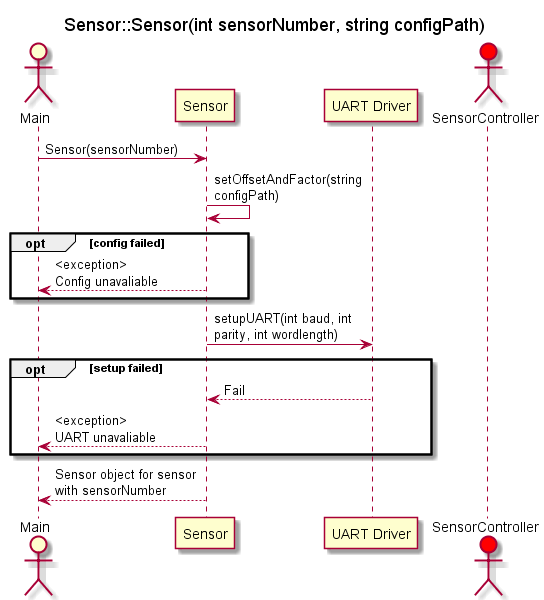
Solvgraa-mager/E4PRJ4 keeps this PlantUML diagram as Design/SE/SensorController Driver/SD_Constructor/SD_SensorControllerDriverConstructor.png. Above is the earlier version.
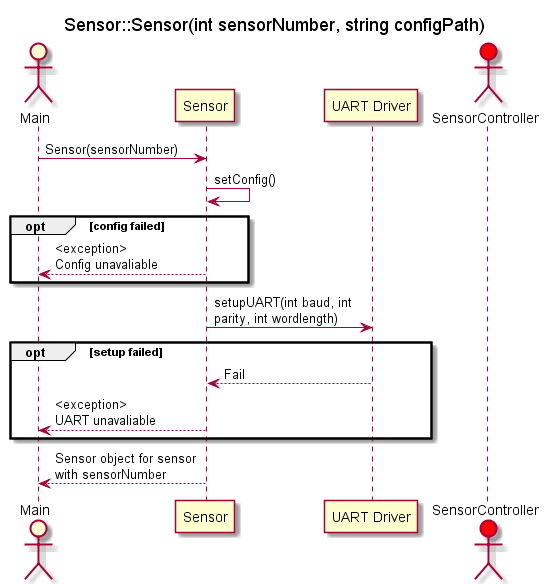
After the commit.

Diff of the diagram source:
```diff
@@ -9,7 +9,7 @@
 actor SensorController as SC #red
 
 Main -> SD : Sensor(sensorNumber)
-SD -> SD : setOffsetAndFactor(string configPath)
+SD -> SD : setConfig()
 opt config failed
 SD --> Main : <exception> \nConfig unavaliable
 end opt
```
